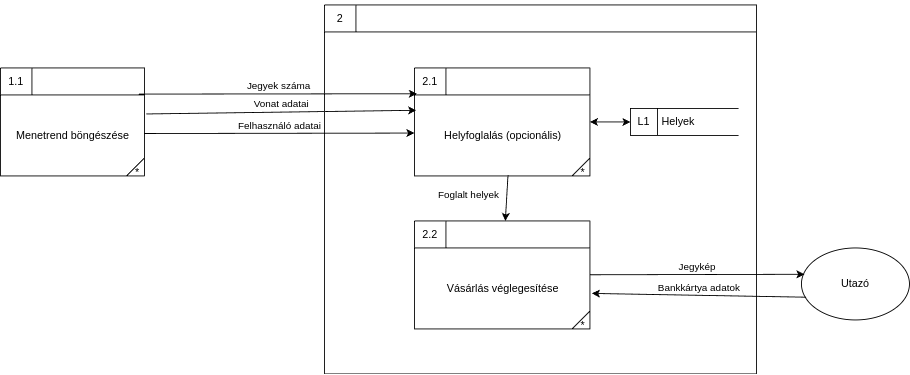
This is Doksi képek és modellek/Logikai_dia_v2.png from sanyopapa/adatb_alapu, a draw.io export, as it was before one commit. Source tidied: cells renumbered, new cells last; positions are measured from the earlier drawing's top-left corner, leaving out a move shared by most shapes.
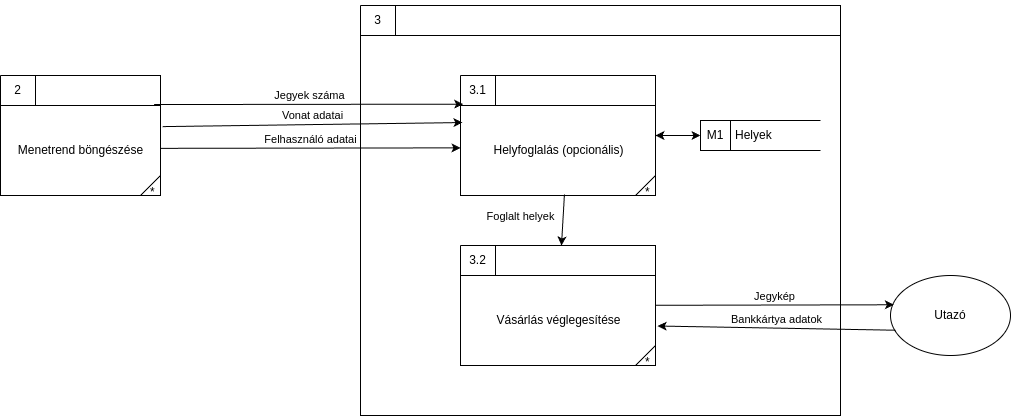
The same diagram one commit later.

Change to the diagram source:
```diff
@@ -5,7 +5,7 @@
     <mxCell id="2" style="html=1;dashed=0;whitespace=wrap;shape=mxgraph.dfd.process;align=center;spacingTop=30;" parent="1" vertex="1">
       <mxGeometry x="360" y="5" width="480" height="410" as="geometry" />
     </mxCell>
-    <mxCell id="3" value="2" style="text;html=1;strokeColor=none;fillColor=none;align=center;verticalAlign=middle;whiteSpace=wrap;rounded=0;" parent="2" vertex="1">
+    <mxCell id="3" value="3" style="text;html=1;strokeColor=none;fillColor=none;align=center;verticalAlign=middle;whiteSpace=wrap;rounded=0;" parent="2" vertex="1">
       <mxGeometry width="35" height="30" as="geometry" />
     </mxCell>
     <mxCell id="4" style="text;html=1;strokeColor=none;fillColor=none;align=left;verticalAlign=middle;whiteSpace=wrap;rounded=0;spacingLeft=6;" parent="2" vertex="1">
@@ -14,7 +14,7 @@
     <mxCell id="5" value="Helyfoglalás (opcionális)" style="html=1;dashed=0;whitespace=wrap;shape=mxgraph.dfd.process2;align=center;spacingTop=30;" parent="2" vertex="1">
       <mxGeometry x="100" y="70" width="195" height="120" as="geometry" />
     </mxCell>
-    <mxCell id="6" value="2.1" style="text;html=1;strokeColor=none;fillColor=none;align=center;verticalAlign=middle;whiteSpace=wrap;rounded=0;" parent="5" vertex="1">
+    <mxCell id="6" value="3.1" style="text;html=1;strokeColor=none;fillColor=none;align=center;verticalAlign=middle;whiteSpace=wrap;rounded=0;" parent="5" vertex="1">
       <mxGeometry width="35" height="30" as="geometry" />
     </mxCell>
     <mxCell id="7" style="text;strokeColor=none;fillColor=none;align=left;verticalAlign=middle;whiteSpace=wrap;rounded=0;spacingLeft=6;fontStyle=0;html=1;" parent="5" vertex="1">
@@ -23,7 +23,7 @@
     <mxCell id="8" value="Helyek" style="html=1;dashed=0;whitespace=wrap;shape=mxgraph.dfd.dataStoreID;align=left;spacingLeft=33;" parent="2" vertex="1">
       <mxGeometry x="340" y="115" width="120" height="30" as="geometry" />
     </mxCell>
-    <mxCell id="9" value="L1" style="text;html=1;strokeColor=none;fillColor=none;align=center;verticalAlign=middle;whiteSpace=wrap;rounded=0;" parent="8" vertex="1">
+    <mxCell id="9" value="M1" style="text;html=1;strokeColor=none;fillColor=none;align=center;verticalAlign=middle;whiteSpace=wrap;rounded=0;" parent="8" vertex="1">
       <mxGeometry width="30" height="30" as="geometry" />
     </mxCell>
     <mxCell id="10" style="endArrow=classic;startArrow=classic;html=1;rounded=0;verticalAlign=bottom;" parent="2" edge="1" source="5" target="8">
@@ -32,7 +32,7 @@
     <mxCell id="11" value="Vásárlás véglegesítése" style="html=1;dashed=0;whitespace=wrap;shape=mxgraph.dfd.process2;align=center;spacingTop=30;" parent="2" vertex="1">
       <mxGeometry x="100" y="240" width="195" height="120" as="geometry" />
     </mxCell>
-    <mxCell id="12" value="2.2" style="text;html=1;strokeColor=none;fillColor=none;align=center;verticalAlign=middle;whiteSpace=wrap;rounded=0;" parent="11" vertex="1">
+    <mxCell id="12" value="3.2" style="text;html=1;strokeColor=none;fillColor=none;align=center;verticalAlign=middle;whiteSpace=wrap;rounded=0;" parent="11" vertex="1">
       <mxGeometry width="35" height="30" as="geometry" />
     </mxCell>
     <mxCell id="13" style="text;strokeColor=none;fillColor=none;align=left;verticalAlign=middle;whiteSpace=wrap;rounded=0;spacingLeft=6;fontStyle=0;html=1;" parent="11" vertex="1">
@@ -53,7 +53,7 @@
     <mxCell id="18" value="Menetrend böngészése" style="html=1;dashed=0;whitespace=wrap;shape=mxgraph.dfd.process2;align=center;spacingTop=30;" parent="1" vertex="1">
       <mxGeometry y="75" width="160" height="120" as="geometry" />
     </mxCell>
-    <mxCell id="19" value="1.1" style="text;html=1;strokeColor=none;fillColor=none;align=center;verticalAlign=middle;whiteSpace=wrap;rounded=0;" parent="18" vertex="1">
+    <mxCell id="19" value="2" style="text;html=1;strokeColor=none;fillColor=none;align=center;verticalAlign=middle;whiteSpace=wrap;rounded=0;" parent="18" vertex="1">
       <mxGeometry width="35" height="30" as="geometry" />
     </mxCell>
     <mxCell id="20" style="text;strokeColor=none;fillColor=none;align=left;verticalAlign=middle;whiteSpace=wrap;rounded=0;spacingLeft=6;fontStyle=0;html=1;" parent="18" vertex="1">
```
